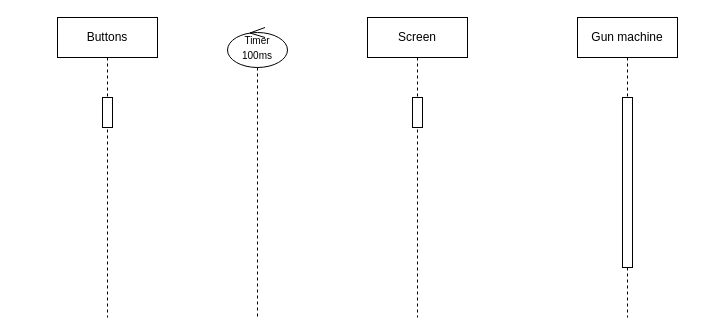
NgoThanhNha/fishing-diary-game-ak-base-kit-stm32l151 keeps this draw.io diagram as sequence_diagrams/fish_object_sequence_diagram.drawio. Above is the earlier version. Source tidied: cells renumbered, new cells numbered last; positions are measured from the earlier drawing's top-left corner, leaving out a move shared by most shapes. Both pictures are drawn from the tidied source at 100%, with x=0, y=0 at pixel (57, 17).
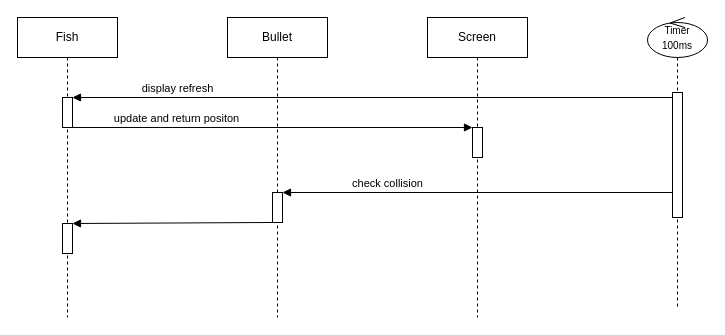
The same page after the edit.

Commit message (it also covers changes not shown here):
Cập nhật fish_object_sequence_diagram.drawio

Change to the diagram source:
```diff
@@
 <mxGraphModel>
   <root>
     <mxCell id="0" />
     <mxCell id="1" parent="0" />
     <mxCell id="2" value="Screen&lt;br&gt;" style="shape=umlLifeline;perimeter=lifelinePerimeter;whiteSpace=wrap;html=1;newEdgeStyle={&quot;edgeStyle&quot;:&quot;elbowEdgeStyle&quot;,&quot;elbow&quot;:&quot;vertical&quot;,&quot;curved&quot;:0,&quot;rounded&quot;:0};" parent="1" vertex="1">
-      <mxGeometry x="310" width="100" height="300" as="geometry" />
+      <mxGeometry x="370" width="100" height="300" as="geometry" />
     </mxCell>
     <mxCell id="3" style="html=1;points=[];perimeter=orthogonalPerimeter;outlineConnect=0;targetShapes=umlLifeline;portConstraint=eastwest;newEdgeStyle={&quot;edgeStyle&quot;:&quot;elbowEdgeStyle&quot;,&quot;elbow&quot;:&quot;vertical&quot;,&quot;curved&quot;:0,&quot;rounded&quot;:0};" parent="2" vertex="1">
-      <mxGeometry x="45" y="80" width="10" height="30" as="geometry" />
+      <mxGeometry x="45" y="110" width="10" height="30" as="geometry" />
     </mxCell>
-    <mxCell id="4" value="Gun machine" style="shape=umlLifeline;perimeter=lifelinePerimeter;whiteSpace=wrap;html=1;newEdgeStyle={&quot;edgeStyle&quot;:&quot;elbowEdgeStyle&quot;,&quot;elbow&quot;:&quot;vertical&quot;,&quot;curved&quot;:0,&quot;rounded&quot;:0};" parent="1" vertex="1">
-      <mxGeometry x="520" width="100" height="300" as="geometry" />
+    <mxCell id="4" value="Fish" style="shape=umlLifeline;perimeter=lifelinePerimeter;whiteSpace=wrap;html=1;newEdgeStyle={&quot;edgeStyle&quot;:&quot;elbowEdgeStyle&quot;,&quot;elbow&quot;:&quot;vertical&quot;,&quot;curved&quot;:0,&quot;rounded&quot;:0};" parent="1" vertex="1">
+      <mxGeometry x="-40" width="100" height="300" as="geometry" />
     </mxCell>
-    <mxCell id="5" style="html=1;perimeter=orthogonalPerimeter;targetShapes=umlLifeline;newEdgeStyle={&quot;edgeStyle&quot;:&quot;elbowEdgeStyle&quot;,&quot;elbow&quot;:&quot;vertical&quot;,&quot;curved&quot;:0,&quot;rounded&quot;:0};" parent="4" vertex="1">
-      <mxGeometry x="45" y="80" width="10" height="170" as="geometry" />
-    </mxCell>
-    <mxCell id="6" value="Buttons" style="shape=umlLifeline;perimeter=lifelinePerimeter;whiteSpace=wrap;html=1;newEdgeStyle={&quot;edgeStyle&quot;:&quot;elbowEdgeStyle&quot;,&quot;elbow&quot;:&quot;vertical&quot;,&quot;curved&quot;:0,&quot;rounded&quot;:0};" parent="1" vertex="1">
-      <mxGeometry width="100" height="300" as="geometry" />
-    </mxCell>
-    <mxCell id="7" style="html=1;perimeter=orthogonalPerimeter;targetShapes=umlLifeline;newEdgeStyle={&quot;edgeStyle&quot;:&quot;elbowEdgeStyle&quot;,&quot;elbow&quot;:&quot;vertical&quot;,&quot;curved&quot;:0,&quot;rounded&quot;:0};" parent="6" vertex="1">
+    <mxCell id="7" style="html=1;perimeter=orthogonalPerimeter;targetShapes=umlLifeline;newEdgeStyle={&quot;edgeStyle&quot;:&quot;elbowEdgeStyle&quot;,&quot;elbow&quot;:&quot;vertical&quot;,&quot;curved&quot;:0,&quot;rounded&quot;:0};" parent="4" vertex="1">
       <mxGeometry x="45" y="80" width="10" height="30" as="geometry" />
     </mxCell>
+    <mxCell id="9" style="html=1;points=[];perimeter=orthogonalPerimeter;outlineConnect=0;targetShapes=umlLifeline;portConstraint=eastwest;newEdgeStyle={&quot;edgeStyle&quot;:&quot;elbowEdgeStyle&quot;,&quot;elbow&quot;:&quot;vertical&quot;,&quot;curved&quot;:0,&quot;rounded&quot;:0};" parent="4" vertex="1">
+      <mxGeometry x="45" y="206" width="10" height="30" as="geometry" />
+    </mxCell>
     <mxCell id="8" value="&lt;font style=&quot;font-size: 10px;&quot;&gt;Timer&lt;br&gt;100ms&lt;/font&gt;" style="shape=umlLifeline;perimeter=lifelinePerimeter;whiteSpace=wrap;html=1;newEdgeStyle={&quot;curved&quot;:0,&quot;rounded&quot;:0};participant=umlControl;" parent="1" vertex="1">
-      <mxGeometry x="170" y="10" width="60" height="290" as="geometry" />
+      <mxGeometry x="590" width="60" height="290" as="geometry" />
     </mxCell>
+    <mxCell id="10" style="html=1;points=[[0,0,0,0,5],[0,1,0,0,-5],[1,0,0,0,5],[1,1,0,0,-5]];perimeter=orthogonalPerimeter;outlineConnect=0;targetShapes=umlLifeline;portConstraint=eastwest;newEdgeStyle={&quot;curved&quot;:0,&quot;rounded&quot;:0};" parent="8" vertex="1">
+      <mxGeometry x="25" y="75" width="10" height="125" as="geometry" />
+    </mxCell>
+    <mxCell id="11" value="Bullet" style="shape=umlLifeline;perimeter=lifelinePerimeter;whiteSpace=wrap;html=1;newEdgeStyle={&quot;edgeStyle&quot;:&quot;elbowEdgeStyle&quot;,&quot;elbow&quot;:&quot;vertical&quot;,&quot;curved&quot;:0,&quot;rounded&quot;:0};" parent="1" vertex="1">
+      <mxGeometry x="170" width="100" height="300" as="geometry" />
+    </mxCell>
+    <mxCell id="12" style="html=1;points=[];perimeter=orthogonalPerimeter;outlineConnect=0;targetShapes=umlLifeline;portConstraint=eastwest;newEdgeStyle={&quot;edgeStyle&quot;:&quot;elbowEdgeStyle&quot;,&quot;elbow&quot;:&quot;vertical&quot;,&quot;curved&quot;:0,&quot;rounded&quot;:0};" parent="11" vertex="1">
+      <mxGeometry x="45" y="175" width="10" height="30" as="geometry" />
+    </mxCell>
+    <mxCell id="13" value="display refresh" style="html=1;verticalAlign=bottom;endArrow=block;curved=0;rounded=0;" parent="1" edge="1" source="10">
+      <mxGeometry x="0.65" relative="1" as="geometry">
+        <mxPoint x="15" y="80" as="targetPoint" />
+      </mxGeometry>
+    </mxCell>
+    <mxCell id="14" value="update and return positon" style="html=1;verticalAlign=bottom;endArrow=block;curved=0;rounded=0;" parent="1" edge="1" target="3">
+      <mxGeometry x="-0.48" relative="1" as="geometry">
+        <mxPoint x="15" y="110" as="sourcePoint" />
+      </mxGeometry>
+    </mxCell>
+    <mxCell id="15" value="check collision" style="html=1;verticalAlign=bottom;endArrow=block;curved=0;rounded=0;" parent="1" edge="1" source="10" target="12">
+      <mxGeometry x="0.46" relative="1" as="geometry" />
+    </mxCell>
+    <mxCell id="16" style="html=1;verticalAlign=bottom;endArrow=block;curved=0;rounded=0;" parent="1" edge="1" source="12" target="9">
+      <mxGeometry relative="1" as="geometry" />
+    </mxCell>
   </root>
 </mxGraphModel>
```
